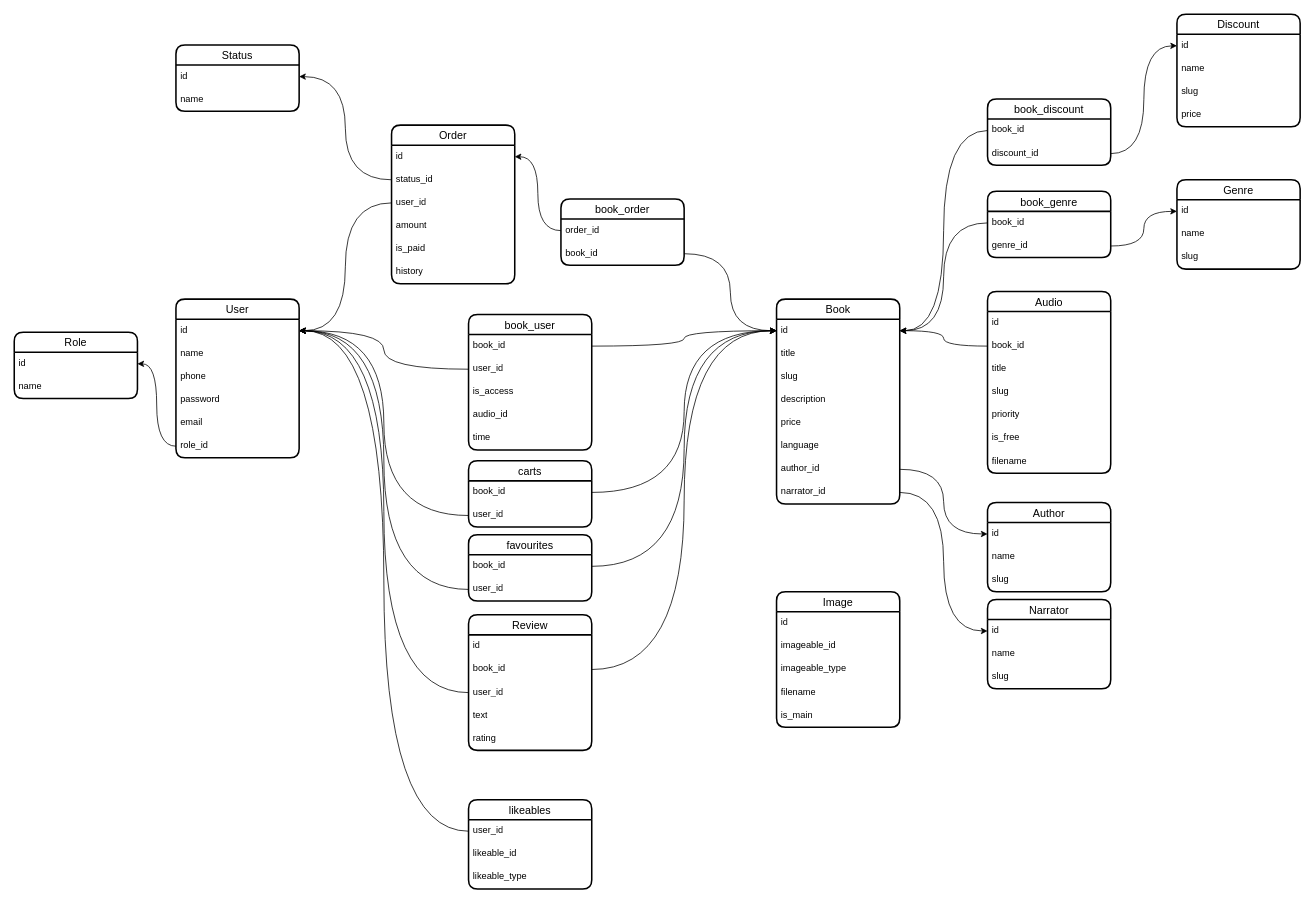
Above: bookie.drawio in iztileuoff/databases (draw.io), before the change. Source tidied: cells renumbered, new cells numbered last; positions are measured from the earlier drawing's top-left corner, leaving out a move shared by most shapes. Both pictures are drawn from the tidied source at 77%, with x=0, y=0 at pixel (14, 14).
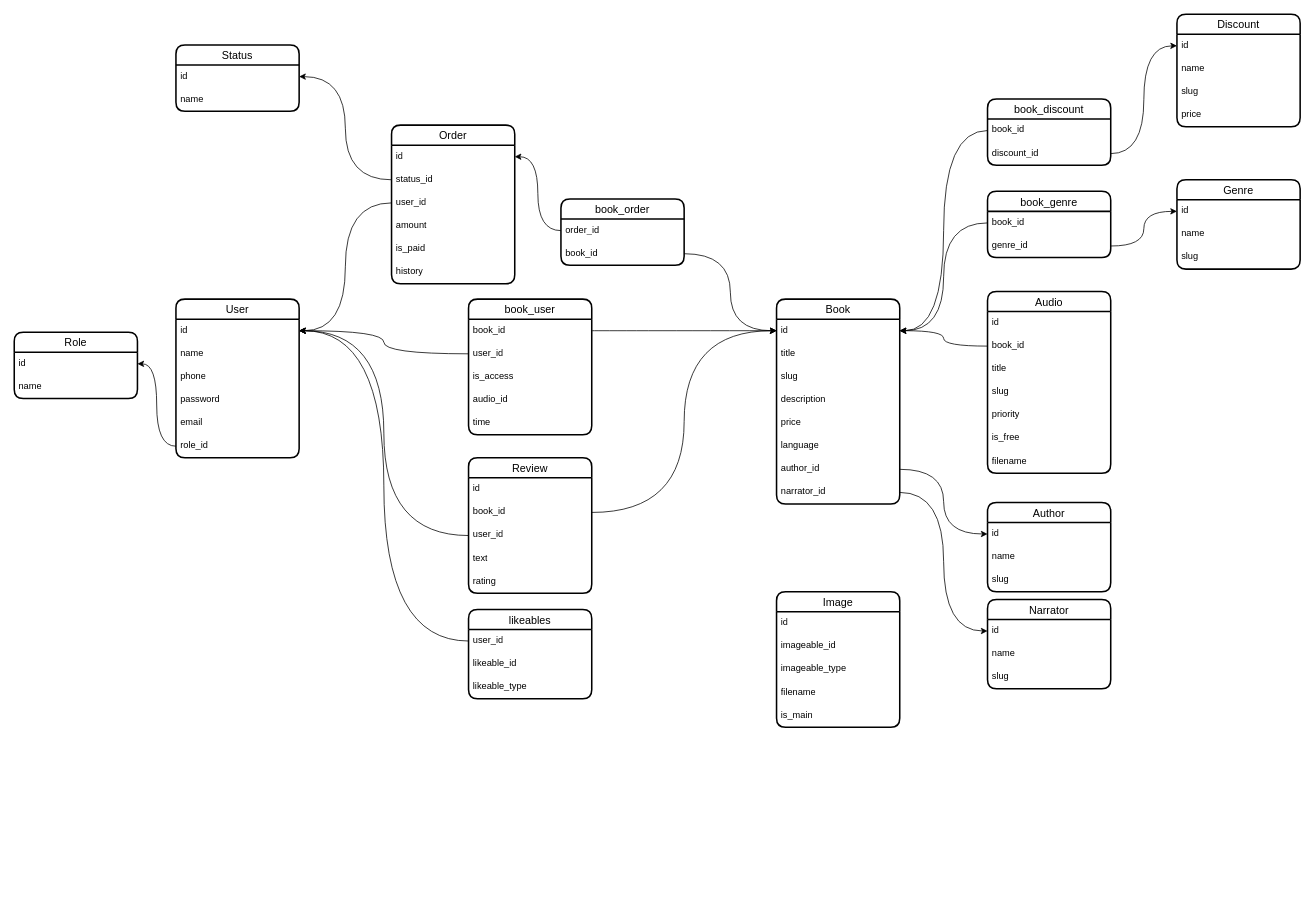
The same page after the edit.

Unchanged cells that the change refers to:
```xml
<mxCell id="3" value="id" style="text;strokeColor=none;fillColor=none;spacingLeft=4;spacingRight=4;overflow=hidden;points=[[0,0.5],[1,0.5]];portConstraint=eastwest;fontSize=12;whiteSpace=wrap;html=1;" parent="2" vertex="1">
  <mxGeometry y="26" width="160" height="30" as="geometry" />
</mxCell>
<mxCell id="10" value="id" style="text;strokeColor=none;fillColor=none;spacingLeft=4;spacingRight=4;overflow=hidden;points=[[0,0.5],[1,0.5]];portConstraint=eastwest;fontSize=12;whiteSpace=wrap;html=1;" parent="9" vertex="1">
  <mxGeometry y="26" width="160" height="30" as="geometry" />
</mxCell>
```

The edit, as a diff of the source:
```diff
@@
-    <mxCell id="25" value="favourites" style="swimlane;fontStyle=0;horizontal=1;startSize=26;align=center;fontSize=14;strokeWidth=2;rounded=1;shadow=0;glass=0;swimlaneLine=1;" parent="1" vertex="1">
-      <mxGeometry x="590" y="676" width="160" height="86" as="geometry" />
-    </mxCell>
-    <mxCell id="26" value="book_id" style="text;strokeColor=none;fillColor=none;spacingLeft=4;spacingRight=4;overflow=hidden;points=[[0,0.5],[1,0.5]];portConstraint=eastwest;fontSize=12;whiteSpace=wrap;html=1;" parent="25" vertex="1">
-      <mxGeometry y="26" width="160" height="30" as="geometry" />
-    </mxCell>
-    <mxCell id="27" value="user_id" style="text;strokeColor=none;fillColor=none;spacingLeft=4;spacingRight=4;overflow=hidden;points=[[0,0.5],[1,0.5]];portConstraint=eastwest;fontSize=12;whiteSpace=wrap;html=1;" parent="25" vertex="1">
-      <mxGeometry y="56" width="160" height="30" as="geometry" />
-    </mxCell>
@@
-    <mxCell id="61" value="carts" style="swimlane;fontStyle=0;horizontal=1;startSize=26;align=center;fontSize=14;strokeWidth=2;rounded=1;shadow=0;glass=0;swimlaneLine=1;" parent="1" vertex="1">
-      <mxGeometry x="590" y="580" width="160" height="86" as="geometry" />
-    </mxCell>
-    <mxCell id="62" value="book_id" style="text;strokeColor=none;fillColor=none;spacingLeft=4;spacingRight=4;overflow=hidden;points=[[0,0.5],[1,0.5]];portConstraint=eastwest;fontSize=12;whiteSpace=wrap;html=1;" parent="61" vertex="1">
-      <mxGeometry y="26" width="160" height="30" as="geometry" />
-    </mxCell>
-    <mxCell id="63" value="user_id" style="text;strokeColor=none;fillColor=none;spacingLeft=4;spacingRight=4;overflow=hidden;points=[[0,0.5],[1,0.5]];portConstraint=eastwest;fontSize=12;whiteSpace=wrap;html=1;" parent="61" vertex="1">
-      <mxGeometry y="56" width="160" height="30" as="geometry" />
-    </mxCell>
     <mxCell id="64" value="book_user" style="swimlane;fontStyle=0;horizontal=1;startSize=26;align=center;fontSize=14;strokeWidth=2;rounded=1;shadow=0;glass=0;swimlaneLine=1;" parent="1" vertex="1">
-      <mxGeometry x="590" y="390" width="160" height="176" as="geometry" />
+      <mxGeometry x="590" y="370" width="160" height="176" as="geometry" />
     </mxCell>
@@
     <mxCell id="70" value="Review" style="swimlane;fontStyle=0;horizontal=1;startSize=26;align=center;fontSize=14;strokeWidth=2;rounded=1;shadow=0;glass=0;swimlaneLine=1;" parent="1" vertex="1">
-      <mxGeometry x="590" y="780" width="160" height="176" as="geometry" />
+      <mxGeometry x="590" y="576" width="160" height="176" as="geometry" />
     </mxCell>
@@
     <mxCell id="80" value="likeables" style="swimlane;fontStyle=0;horizontal=1;startSize=26;align=center;fontSize=14;strokeWidth=2;rounded=1;shadow=0;glass=0;swimlaneLine=1;" parent="1" vertex="1">
-      <mxGeometry x="590" y="1020" width="160" height="116" as="geometry" />
+      <mxGeometry x="590" y="773" width="160" height="116" as="geometry" />
     </mxCell>
@@
-    <mxCell id="86" style="edgeStyle=orthogonalEdgeStyle;rounded=0;jettySize=auto;html=1;entryX=0;entryY=0.5;entryDx=0;entryDy=0;curved=1;" parent="1" edge="1" source="62" target="10">
-      <mxGeometry relative="1" as="geometry" />
-    </mxCell>
-    <mxCell id="87" style="edgeStyle=orthogonalEdgeStyle;rounded=0;jettySize=auto;html=1;entryX=1;entryY=0.5;entryDx=0;entryDy=0;curved=1;" parent="1" edge="1" source="63" target="3">
-      <mxGeometry relative="1" as="geometry" />
-    </mxCell>
@@
-    <mxCell id="94" style="edgeStyle=orthogonalEdgeStyle;rounded=0;jettySize=auto;html=1;entryX=0;entryY=0.5;entryDx=0;entryDy=0;curved=1;" parent="1" edge="1" source="26" target="10">
-      <mxGeometry relative="1" as="geometry" />
-    </mxCell>
-    <mxCell id="95" style="edgeStyle=orthogonalEdgeStyle;rounded=0;jettySize=auto;html=1;entryX=1;entryY=0.5;entryDx=0;entryDy=0;curved=1;" parent="1" edge="1" source="27" target="3">
-      <mxGeometry relative="1" as="geometry" />
-    </mxCell>
```
